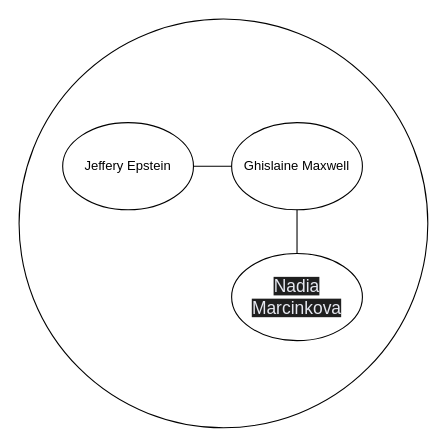
Before: EPSTEINFILES.drawio in frujujuice/CTFs, a draw.io diagram. Source tidied: cells renumbered, new cells numbered last; positions are measured from the earlier drawing's top-left corner, leaving out a move shared by most shapes. Both pictures are drawn from the tidied source at 109%, with x=0, y=0 at pixel (19, 19).
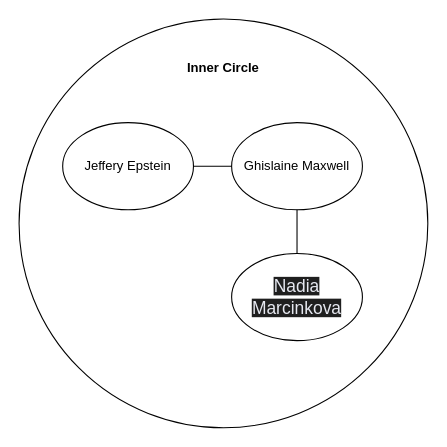
The same diagram, later.

What changed in the source:
```diff
@@
 <mxGraphModel>
   <root>
     <mxCell id="0" />
     <mxCell id="1" parent="0" />
     <mxCell id="2" style="ellipse;whiteSpace=wrap;html=1;" parent="1" vertex="1">
       <mxGeometry width="375" height="375" as="geometry" />
     </mxCell>
     <mxCell id="3" value="Jeffery Epstein" style="ellipse;whiteSpace=wrap;html=1;" parent="1" vertex="1">
       <mxGeometry x="40" y="95" width="120" height="80" as="geometry" />
     </mxCell>
     <mxCell id="4" value="Ghislaine Maxwell" style="ellipse;whiteSpace=wrap;html=1;" parent="1" vertex="1">
       <mxGeometry x="195" y="95" width="120" height="80" as="geometry" />
     </mxCell>
     <mxCell id="5" value="&lt;span style=&quot;color: rgb(230, 232, 240); font-family: &amp;quot;Google Sans&amp;quot;, Arial, sans-serif; font-size: 16px; text-align: start; background-color: rgb(31, 31, 31);&quot;&gt;Nadia Marcinkova&lt;/span&gt;" style="ellipse;whiteSpace=wrap;html=1;" parent="1" vertex="1">
       <mxGeometry x="195" y="215" width="120" height="80" as="geometry" />
     </mxCell>
     <mxCell id="6" style="endArrow=none;html=1;rounded=0;entryX=1;entryY=0.5;entryDx=0;entryDy=0;exitX=0;exitY=0.5;exitDx=0;exitDy=0;" parent="1" edge="1" source="4" target="3">
       <mxGeometry relative="1" as="geometry" />
     </mxCell>
     <mxCell id="7" style="endArrow=none;html=1;rounded=0;entryX=0.5;entryY=1;entryDx=0;entryDy=0;exitX=0.5;exitY=0;exitDx=0;exitDy=0;" parent="1" edge="1" source="5" target="4">
       <mxGeometry relative="1" as="geometry" />
     </mxCell>
+    <mxCell id="8" value="&lt;b&gt;Inner Circle&lt;/b&gt;" style="text;html=1;align=center;verticalAlign=middle;whiteSpace=wrap;rounded=0;" parent="1" vertex="1">
+      <mxGeometry x="150" y="30" width="75" height="30" as="geometry" />
+    </mxCell>
   </root>
 </mxGraphModel>
```
